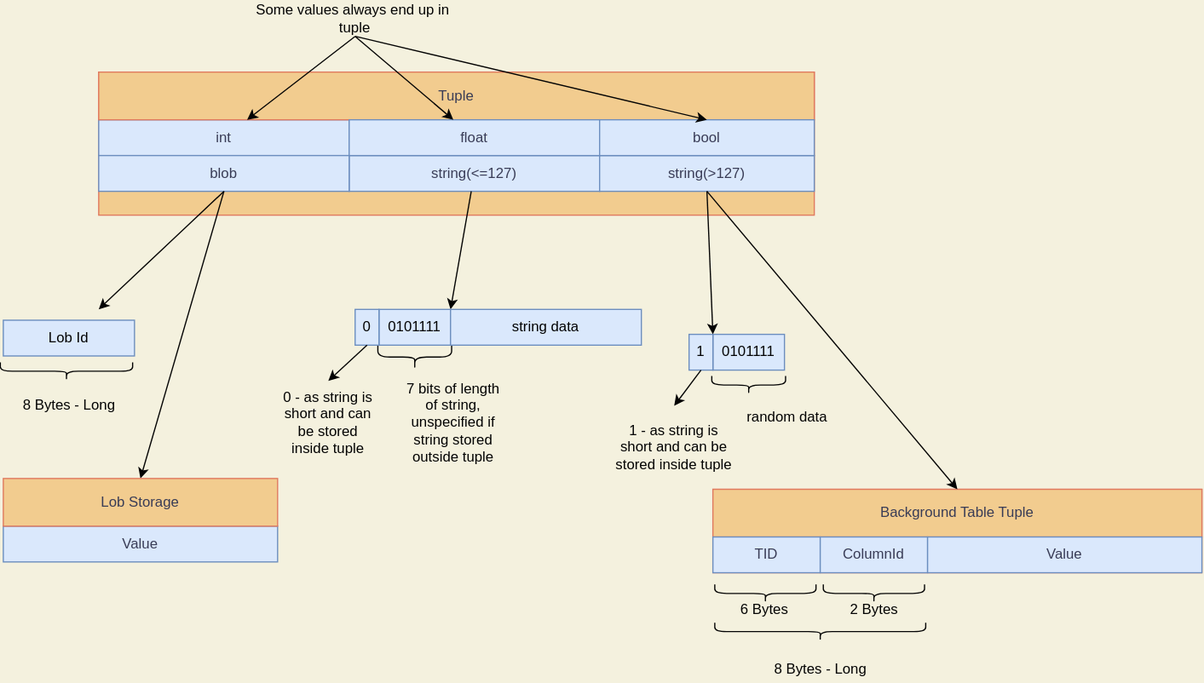
This is documentacion/storage_types.svg from Harry29-exe/HomegrownDB, a draw.io export, as it was before one commit. Source tidied: cells renumbered, new cells last; positions are measured from the earlier drawing's top-left corner, leaving out a move shared by most shapes.
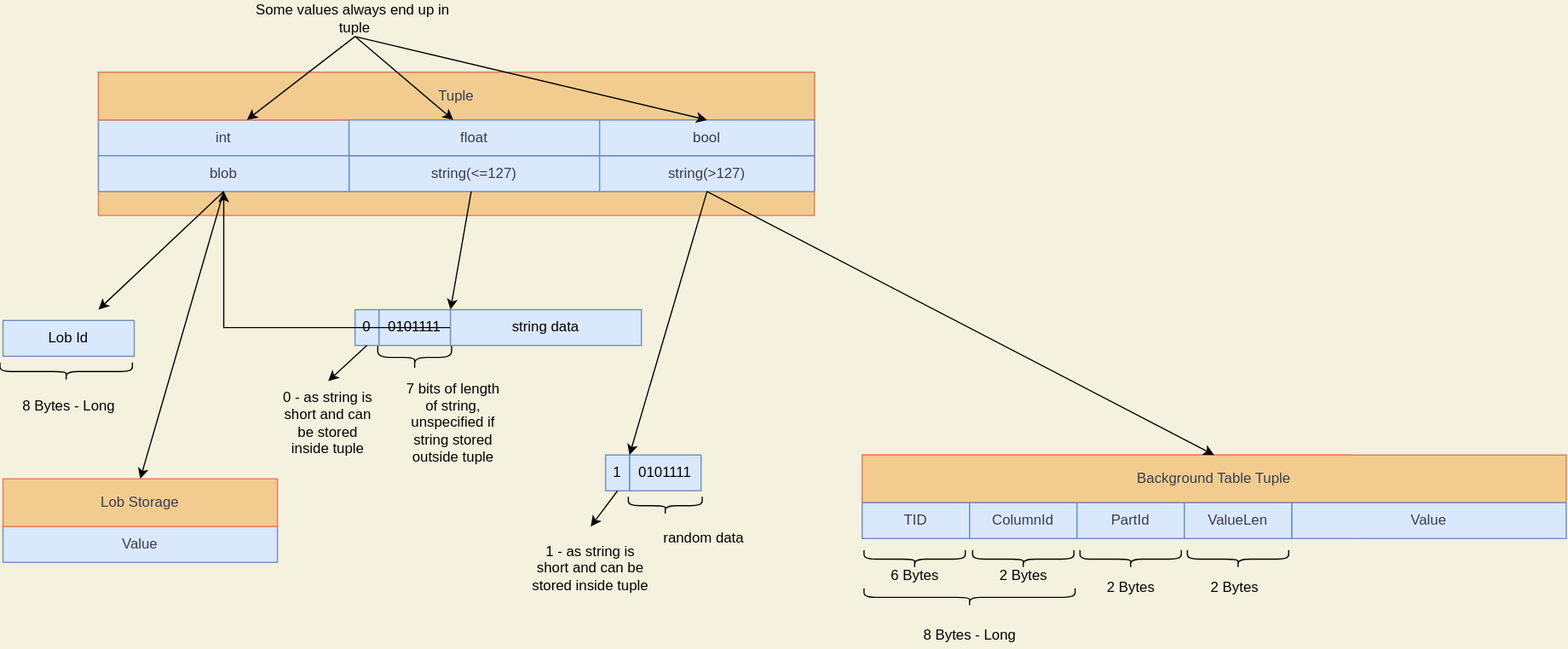
Above is the later version.

Change to the diagram source:
```diff
@@ -44,26 +44,29 @@
     <mxCell id="15" value="7 bits of length of string, unspecified if string stored outside tuple" style="text;html=1;strokeColor=none;fillColor=none;align=center;verticalAlign=middle;whiteSpace=wrap;rounded=0;fontColor=#030303;" parent="1" vertex="1">
       <mxGeometry x="335" y="319.1" width="85" height="70" as="geometry" />
     </mxCell>
+    <mxCell id="48" style="edgeStyle=orthogonalEdgeStyle;rounded=0;jettySize=auto;html=1;" parent="1" edge="1" source="16" target="34">
+      <mxGeometry relative="1" as="geometry" />
+    </mxCell>
     <mxCell id="16" value="string data" style="rounded=0;whiteSpace=wrap;html=1;fontColor=#030303;strokeColor=#6C8EBF;fillColor=#DAE8FC;" parent="1" vertex="1">
       <mxGeometry x="375" y="259.1" width="160" height="30" as="geometry" />
     </mxCell>
     <mxCell id="17" value="0101111" style="rounded=0;whiteSpace=wrap;html=1;fontColor=#030303;strokeColor=#6C8EBF;fillColor=#DAE8FC;" parent="1" vertex="1">
-      <mxGeometry x="595" y="280" width="60" height="30" as="geometry" />
+      <mxGeometry x="525" y="380.9" width="60" height="30" as="geometry" />
     </mxCell>
     <mxCell id="18" style="shape=curlyBracket;whiteSpace=wrap;html=1;rounded=1;flipH=1;fontColor=#030303;strokeColor=#030303;fillColor=#DAE8FC;rotation=90;" parent="1" vertex="1">
-      <mxGeometry x="617.5" y="291.6" width="15" height="61.9" as="geometry" />
+      <mxGeometry x="547.5" y="392.5" width="15" height="61.9" as="geometry" />
     </mxCell>
     <mxCell id="19" value="1" style="rounded=0;whiteSpace=wrap;html=1;fontColor=#030303;strokeColor=#6C8EBF;fillColor=#DAE8FC;" parent="1" vertex="1">
-      <mxGeometry x="575" y="280" width="20" height="30" as="geometry" />
+      <mxGeometry x="505" y="380.9" width="20" height="30" as="geometry" />
     </mxCell>
     <mxCell id="20" style="endArrow=classic;html=1;rounded=0;fontColor=#030303;strokeColor=#030303;exitX=0.5;exitY=1;exitDx=0;exitDy=0;entryX=0.5;entryY=0;entryDx=0;entryDy=0;" parent="1" edge="1" source="19" target="21">
       <mxGeometry relative="1" as="geometry" />
     </mxCell>
     <mxCell id="21" value="1 - as string is short and can be stored inside tuple" style="text;html=1;strokeColor=none;fillColor=none;align=center;verticalAlign=middle;whiteSpace=wrap;rounded=0;fontColor=#030303;" parent="1" vertex="1">
-      <mxGeometry x="510" y="340" width="105" height="70" as="geometry" />
+      <mxGeometry x="440" y="440.9" width="105" height="70" as="geometry" />
     </mxCell>
     <mxCell id="22" value="random data" style="text;html=1;strokeColor=none;fillColor=none;align=center;verticalAlign=middle;whiteSpace=wrap;rounded=0;fontColor=#030303;" parent="1" vertex="1">
-      <mxGeometry x="615" y="340" width="85" height="20.9" as="geometry" />
+      <mxGeometry x="545" y="440.9" width="85" height="20.9" as="geometry" />
     </mxCell>
     <mxCell id="23" style="endArrow=classic;html=1;rounded=0;fontColor=#030303;strokeColor=#030303;entryX=1;entryY=0;entryDx=0;entryDy=0;exitX=0.5;exitY=1;exitDx=0;exitDy=0;" parent="1" edge="1" source="6" target="19">
       <mxGeometry relative="1" as="geometry" />
@@ -75,19 +78,19 @@
       <mxGeometry relative="1" as="geometry" />
     </mxCell>
     <mxCell id="26" style="rounded=0;whiteSpace=wrap;html=1;sketch=0;fontColor=#393C56;strokeColor=#E07A5F;fillColor=#F2CC8F;" parent="1" vertex="1">
-      <mxGeometry x="595" y="410" width="410" height="70" as="geometry" />
+      <mxGeometry x="720" y="380.9" width="410" height="70" as="geometry" />
     </mxCell>
     <mxCell id="27" value="Background Table Tuple" style="rounded=0;whiteSpace=wrap;html=1;sketch=0;fontColor=#393C56;strokeColor=#E07A5F;fillColor=#F2CC8F;" parent="1" vertex="1">
-      <mxGeometry x="595" y="410" width="410" height="40" as="geometry" />
+      <mxGeometry x="720" y="380.9" width="590" height="40" as="geometry" />
     </mxCell>
     <mxCell id="28" value="TID" style="rounded=0;whiteSpace=wrap;html=1;fontColor=#393C56;strokeColor=#6C8EBF;fillColor=#DAE8FC;sketch=0;" parent="1" vertex="1">
-      <mxGeometry x="595" y="450" width="90" height="30" as="geometry" />
+      <mxGeometry x="720" y="420.9" width="90" height="30" as="geometry" />
     </mxCell>
     <mxCell id="29" value="ColumnId" style="rounded=0;whiteSpace=wrap;html=1;fontColor=#393C56;strokeColor=#6C8EBF;fillColor=#DAE8FC;sketch=0;" parent="1" vertex="1">
-      <mxGeometry x="685" y="450" width="90" height="30" as="geometry" />
+      <mxGeometry x="810" y="420.9" width="90" height="30" as="geometry" />
     </mxCell>
     <mxCell id="30" value="Value" style="rounded=0;whiteSpace=wrap;html=1;fontColor=#393C56;strokeColor=#6C8EBF;fillColor=#DAE8FC;sketch=0;" parent="1" vertex="1">
-      <mxGeometry x="775" y="450" width="230" height="30" as="geometry" />
+      <mxGeometry x="1080" y="420.9" width="230" height="30" as="geometry" />
     </mxCell>
     <mxCell id="31" style="endArrow=classic;html=1;rounded=0;fontColor=#030303;strokeColor=#030303;entryX=0.5;entryY=0;entryDx=0;entryDy=0;exitX=0.5;exitY=1;exitDx=0;exitDy=0;" parent="1" edge="1" source="6" target="27">
       <mxGeometry relative="1" as="geometry" />
@@ -107,22 +110,22 @@
       </mxGeometry>
     </mxCell>
     <mxCell id="36" style="shape=curlyBracket;whiteSpace=wrap;html=1;rounded=1;flipH=1;fontColor=#030303;strokeColor=#030303;fillColor=#DAE8FC;rotation=90;" parent="1" vertex="1">
-      <mxGeometry x="677.5" y="440.9" width="15" height="176.9" as="geometry" />
+      <mxGeometry x="802.5" y="411.9" width="15" height="176.9" as="geometry" />
     </mxCell>
     <mxCell id="37" style="shape=curlyBracket;whiteSpace=wrap;html=1;rounded=1;flipH=1;fontColor=#030303;strokeColor=#030303;fillColor=#DAE8FC;rotation=90;" parent="1" vertex="1">
-      <mxGeometry x="631.5" y="454.9" width="15" height="84.9" as="geometry" />
+      <mxGeometry x="756.5" y="425.9" width="15" height="84.9" as="geometry" />
     </mxCell>
     <mxCell id="38" style="shape=curlyBracket;whiteSpace=wrap;html=1;rounded=1;flipH=1;fontColor=#030303;strokeColor=#030303;fillColor=#DAE8FC;rotation=90;" parent="1" vertex="1">
-      <mxGeometry x="722.5" y="454.9" width="15" height="84.9" as="geometry" />
+      <mxGeometry x="847.5" y="425.9" width="15" height="84.9" as="geometry" />
     </mxCell>
     <mxCell id="39" value="6 Bytes" style="text;html=1;strokeColor=none;fillColor=none;align=center;verticalAlign=middle;whiteSpace=wrap;rounded=0;fontColor=#030303;" parent="1" vertex="1">
-      <mxGeometry x="596.5" y="500.9" width="85" height="20.9" as="geometry" />
+      <mxGeometry x="721.5" y="471.9" width="85" height="20.9" as="geometry" />
     </mxCell>
     <mxCell id="40" value="2 Bytes" style="text;html=1;strokeColor=none;fillColor=none;align=center;verticalAlign=middle;whiteSpace=wrap;rounded=0;fontColor=#030303;" parent="1" vertex="1">
-      <mxGeometry x="687.5" y="500.9" width="85" height="20.9" as="geometry" />
+      <mxGeometry x="812.5" y="471.9" width="85" height="20.9" as="geometry" />
     </mxCell>
     <mxCell id="41" value="8 Bytes - Long" style="text;html=1;strokeColor=none;fillColor=none;align=center;verticalAlign=middle;whiteSpace=wrap;rounded=0;fontColor=#030303;" parent="1" vertex="1">
-      <mxGeometry x="642.5" y="550.9" width="85" height="20.9" as="geometry" />
+      <mxGeometry x="767.5" y="521.9" width="85" height="20.9" as="geometry" />
     </mxCell>
     <mxCell id="42" value="Lob Id" style="rounded=0;whiteSpace=wrap;html=1;fontColor=#030303;strokeColor=#6C8EBF;fillColor=#DAE8FC;" parent="1" vertex="1">
       <mxGeometry y="268.1" width="110" height="30" as="geometry" />
@@ -142,5 +145,23 @@
     <mxCell id="47" value="Lob Storage" style="rounded=0;whiteSpace=wrap;html=1;sketch=0;fontColor=#393C56;strokeColor=#E07A5F;fillColor=#F2CC8F;" parent="1" vertex="1">
       <mxGeometry y="400.9" width="230" height="40" as="geometry" />
     </mxCell>
+    <mxCell id="49" value="PartId" style="rounded=0;whiteSpace=wrap;html=1;fontColor=#393C56;strokeColor=#6C8EBF;fillColor=#DAE8FC;sketch=0;" parent="1" vertex="1">
+      <mxGeometry x="900" y="420.9" width="90" height="30" as="geometry" />
+    </mxCell>
+    <mxCell id="50" style="shape=curlyBracket;whiteSpace=wrap;html=1;rounded=1;flipH=1;fontColor=#030303;strokeColor=#030303;fillColor=#DAE8FC;rotation=90;" parent="1" vertex="1">
+      <mxGeometry x="937.5" y="425.9" width="15" height="84.9" as="geometry" />
+    </mxCell>
+    <mxCell id="51" value="2 Bytes" style="text;html=1;strokeColor=none;fillColor=none;align=center;verticalAlign=middle;whiteSpace=wrap;rounded=0;fontColor=#030303;" parent="1" vertex="1">
+      <mxGeometry x="902.5" y="481.9" width="85" height="20.9" as="geometry" />
+    </mxCell>
+    <mxCell id="52" value="ValueLen" style="rounded=0;whiteSpace=wrap;html=1;fontColor=#393C56;strokeColor=#6C8EBF;fillColor=#DAE8FC;sketch=0;" parent="1" vertex="1">
+      <mxGeometry x="990" y="420.9" width="90" height="30" as="geometry" />
+    </mxCell>
+    <mxCell id="53" value="2 Bytes" style="text;html=1;strokeColor=none;fillColor=none;align=center;verticalAlign=middle;whiteSpace=wrap;rounded=0;fontColor=#030303;" parent="1" vertex="1">
+      <mxGeometry x="990" y="481.9" width="85" height="20.9" as="geometry" />
+    </mxCell>
+    <mxCell id="54" style="shape=curlyBracket;whiteSpace=wrap;html=1;rounded=1;flipH=1;fontColor=#030303;strokeColor=#030303;fillColor=#DAE8FC;rotation=90;" parent="1" vertex="1">
+      <mxGeometry x="1027.5" y="425.9" width="15" height="84.9" as="geometry" />
+    </mxCell>
   </root>
 </mxGraphModel>
```
